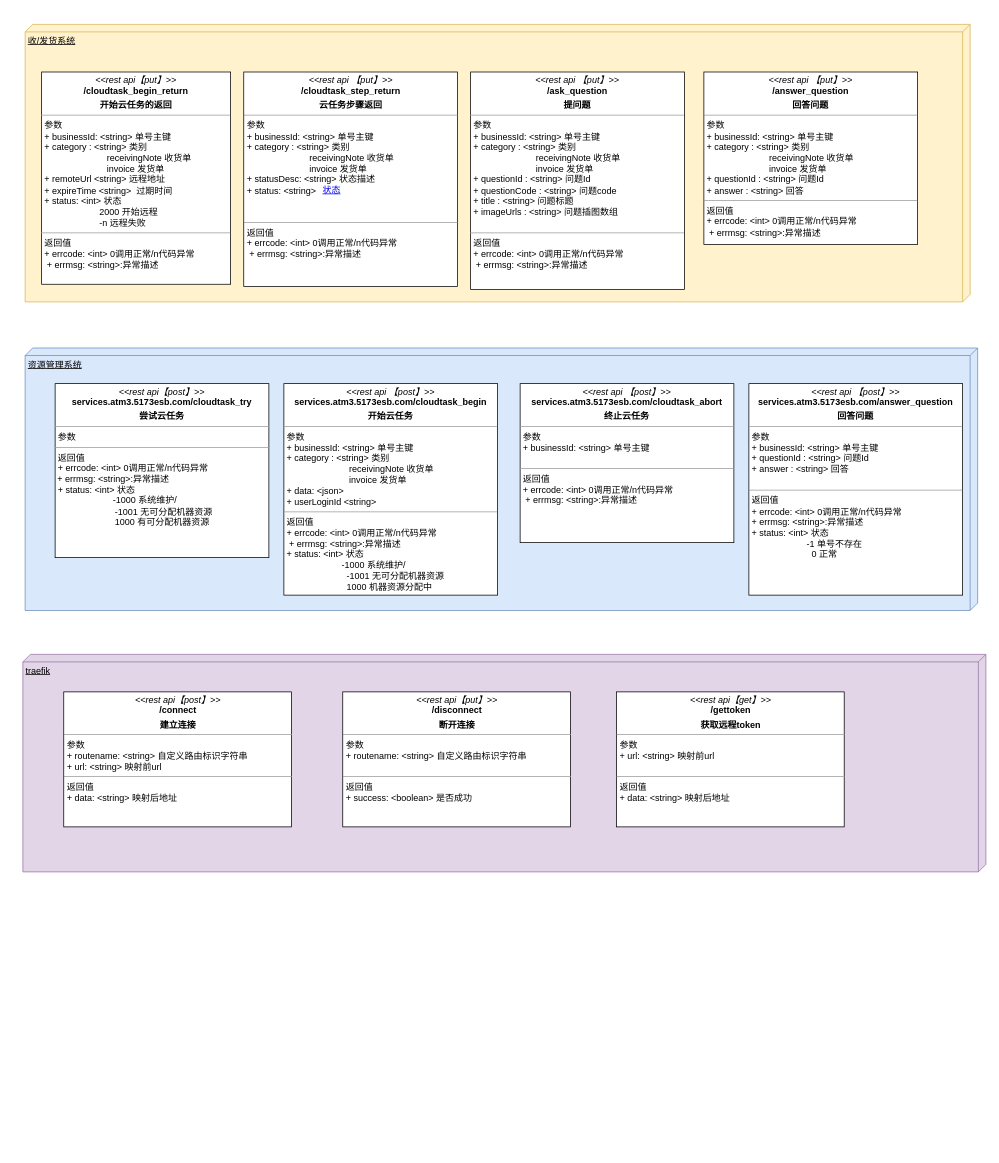
This is 接口.drawio from yelisheng/atm-design, a draw.io file, before an edit. Source tidied: cells renumbered, new cells numbered last; positions are measured from the earlier drawing's top-left corner, leaving out a move shared by most shapes. Both pictures are drawn from the tidied source at 75%, with x=0, y=0 at pixel (13, 24).
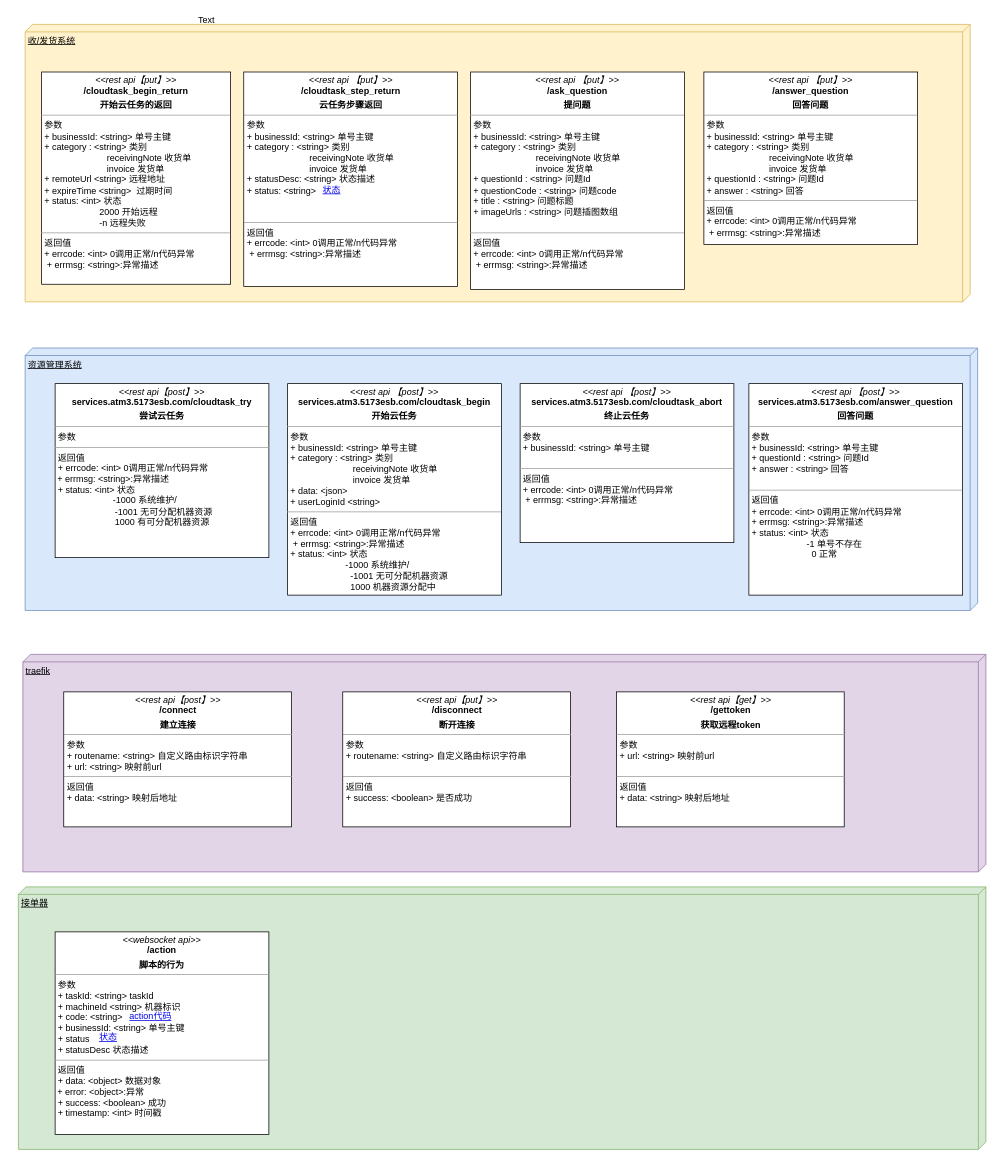
The same diagram, later.

The change refers to these unchanged cells:
```xml
<mxCell id="14" style="group;" parent="1" vertex="1">
  <mxGeometry x="16" y="401.5" width="1270" height="390" as="geometry" />
</mxCell>
```

What changed in the source:
```diff
@@
     <mxCell id="17" value="&lt;p style=&quot;margin: 0px ; margin-top: 4px ; text-align: center&quot;&gt;&lt;i&gt;&amp;lt;&amp;lt;rest api 【post】&amp;gt;&amp;gt;&lt;/i&gt;&lt;br&gt;&lt;b&gt;services.atm3.5173esb.com/cloudtask_begin&lt;/b&gt;&lt;/p&gt;&lt;p style=&quot;margin: 0px ; margin-top: 4px ; text-align: center&quot;&gt;&lt;b&gt;开始云任务&lt;/b&gt;&lt;/p&gt;&lt;hr size=&quot;1&quot;&gt;&lt;p style=&quot;margin: 0px ; margin-left: 4px&quot;&gt;参数&lt;/p&gt;&lt;p style=&quot;margin: 0px ; margin-left: 4px&quot;&gt;+ businessId: &amp;lt;string&amp;gt; 单号主键&lt;/p&gt;&lt;p style=&quot;margin: 0px ; margin-left: 4px&quot;&gt;+ category : &amp;lt;string&amp;gt; 类别&amp;nbsp;&lt;/p&gt;&lt;p style=&quot;margin: 0px ; margin-left: 4px&quot;&gt;&amp;nbsp; &amp;nbsp; &amp;nbsp; &amp;nbsp; &amp;nbsp; &amp;nbsp; &amp;nbsp; &amp;nbsp; &amp;nbsp; &amp;nbsp; &amp;nbsp; &amp;nbsp; &amp;nbsp;receivingNote 收货单&lt;/p&gt;&lt;p style=&quot;margin: 0px ; margin-left: 4px&quot;&gt;&amp;nbsp; &amp;nbsp; &amp;nbsp; &amp;nbsp; &amp;nbsp; &amp;nbsp; &amp;nbsp; &amp;nbsp; &amp;nbsp; &amp;nbsp; &amp;nbsp; &amp;nbsp; &amp;nbsp;invoice 发货单&lt;br&gt;+ data: &amp;lt;json&amp;gt;&lt;/p&gt;&lt;p style=&quot;margin: 0px ; margin-left: 4px&quot;&gt;+ userLoginId &amp;lt;string&amp;gt;&lt;/p&gt;&lt;hr size=&quot;1&quot;&gt;&lt;p style=&quot;margin: 0px ; margin-left: 4px&quot;&gt;返回值&lt;/p&gt;&lt;p style=&quot;margin: 0px 0px 0px 4px&quot;&gt;+ errcode: &amp;lt;int&amp;gt; 0调用正常/n代码异常&amp;nbsp;&lt;/p&gt;&lt;p style=&quot;margin: 0px ; margin-left: 4px&quot;&gt;&amp;nbsp;+&amp;nbsp;errmsg: &amp;lt;string&amp;gt;:异常描述&lt;br&gt;&lt;/p&gt;&lt;p style=&quot;margin: 0px 0px 0px 4px&quot;&gt;+ status: &amp;lt;int&amp;gt; 状态&amp;nbsp;&lt;/p&gt;&lt;p style=&quot;margin: 0px 0px 0px 4px&quot;&gt;&amp;nbsp; &amp;nbsp; &amp;nbsp; &amp;nbsp; &amp;nbsp; &amp;nbsp; &amp;nbsp; &amp;nbsp; &amp;nbsp; &amp;nbsp; &amp;nbsp; -1000 系统维护/&lt;/p&gt;&lt;p style=&quot;margin: 0px ; margin-left: 4px&quot;&gt;&amp;nbsp; &amp;nbsp; &amp;nbsp; &amp;nbsp; &amp;nbsp; &amp;nbsp; &amp;nbsp; &amp;nbsp; &amp;nbsp; &amp;nbsp; &amp;nbsp; &amp;nbsp; -1001 无可分配机器资源&lt;br&gt;&amp;nbsp; &amp;nbsp; &amp;nbsp; &amp;nbsp; &amp;nbsp; &amp;nbsp; &amp;nbsp; &amp;nbsp; &amp;nbsp; &amp;nbsp; &amp;nbsp; &amp;nbsp; 1000 机器资源分配中&lt;br&gt;&lt;/p&gt;" style="verticalAlign=top;align=left;overflow=fill;fontSize=12;fontFamily=Helvetica;html=1;" parent="14" vertex="1">
-      <mxGeometry x="345" y="77.5" width="285" height="282" as="geometry" />
+      <mxGeometry x="350" y="77.5" width="285" height="282" as="geometry" />
     </mxCell>
@@
+    <mxCell id="25" value="接单器&lt;br&gt;" style="verticalAlign=top;align=left;spacingTop=8;spacingLeft=2;spacingRight=12;shape=cube;size=10;direction=south;fontStyle=4;html=1;fillColor=#d5e8d4;strokeColor=#82b366;" parent="1" vertex="1">
+      <mxGeometry x="7" y="1150" width="1290" height="350" as="geometry" />
+    </mxCell>
+    <mxCell id="26" value="&lt;p style=&quot;margin: 0px ; margin-top: 4px ; text-align: center&quot;&gt;&lt;i&gt;&amp;lt;&amp;lt;websocket api&amp;gt;&amp;gt;&lt;/i&gt;&lt;br&gt;&lt;b&gt;/action&lt;/b&gt;&lt;/p&gt;&lt;p style=&quot;margin: 0px ; margin-top: 4px ; text-align: center&quot;&gt;&lt;b&gt;脚本的行为&lt;/b&gt;&lt;/p&gt;&lt;hr size=&quot;1&quot;&gt;&lt;p style=&quot;margin: 0px ; margin-left: 4px&quot;&gt;参数&lt;/p&gt;&lt;p style=&quot;margin: 0px 0px 0px 4px&quot;&gt;+ taskId: &amp;lt;string&amp;gt; taskId&lt;/p&gt;&lt;p style=&quot;margin: 0px ; margin-left: 4px&quot;&gt;+ machineId &amp;lt;string&amp;gt; 机器标识&lt;br&gt;+ code: &amp;lt;string&amp;gt;&amp;nbsp;&lt;/p&gt;&lt;p style=&quot;margin: 0px 0px 0px 4px&quot;&gt;+ businessId: &amp;lt;string&amp;gt; 单号主键&lt;br&gt;&lt;/p&gt;&lt;p style=&quot;margin: 0px 0px 0px 4px&quot;&gt;+ status&amp;nbsp;&lt;/p&gt;&lt;p style=&quot;margin: 0px 0px 0px 4px&quot;&gt;+ statusDesc 状态描述&lt;/p&gt;&lt;hr size=&quot;1&quot;&gt;&lt;p style=&quot;margin: 0px ; margin-left: 4px&quot;&gt;返回值&lt;/p&gt;&lt;p style=&quot;margin: 0px ; margin-left: 4px&quot;&gt;+ data: &amp;lt;object&amp;gt; 数据对象&amp;nbsp;&lt;/p&gt;&amp;nbsp;+&amp;nbsp;&lt;span&gt;error: &amp;lt;object&amp;gt;:异常&lt;/span&gt;&lt;br&gt;&lt;p style=&quot;margin: 0px ; margin-left: 4px&quot;&gt;+ success: &amp;lt;boolean&amp;gt; 成功&lt;/p&gt;&lt;p style=&quot;margin: 0px 0px 0px 4px&quot;&gt;+ timestamp: &amp;lt;int&amp;gt; 时间戳&lt;/p&gt;" style="verticalAlign=top;align=left;overflow=fill;fontSize=12;fontFamily=Helvetica;html=1;" parent="1" vertex="1">
+      <mxGeometry x="56" y="1210" width="285" height="270" as="geometry" />
+    </mxCell>
+    <mxCell id="27" value="状态" style="text;html=1;strokeColor=none;fillColor=none;whiteSpace=wrap;align=center;verticalAlign=middle;fontColor=#0000EE;fontStyle=4;spacing=2;" parent="1" vertex="1">
+      <mxGeometry x="107" y="1350" width="40" as="geometry" />
+    </mxCell>
+    <mxCell id="28" value="Text" style="text;html=1;align=left;verticalAlign=top;spacingTop=-4;" parent="1" vertex="1">
+      <mxGeometry x="245" y="-15" width="40" height="20" as="geometry" />
+    </mxCell>
+    <mxCell id="29" value="action代码" style="text;html=1;strokeColor=none;fillColor=none;whiteSpace=wrap;align=center;verticalAlign=middle;fontColor=#0000EE;fontStyle=4;spacing=2;" parent="1" vertex="1">
+      <mxGeometry x="130" y="1320" width="107" height="5" as="geometry" />
+    </mxCell>
```
